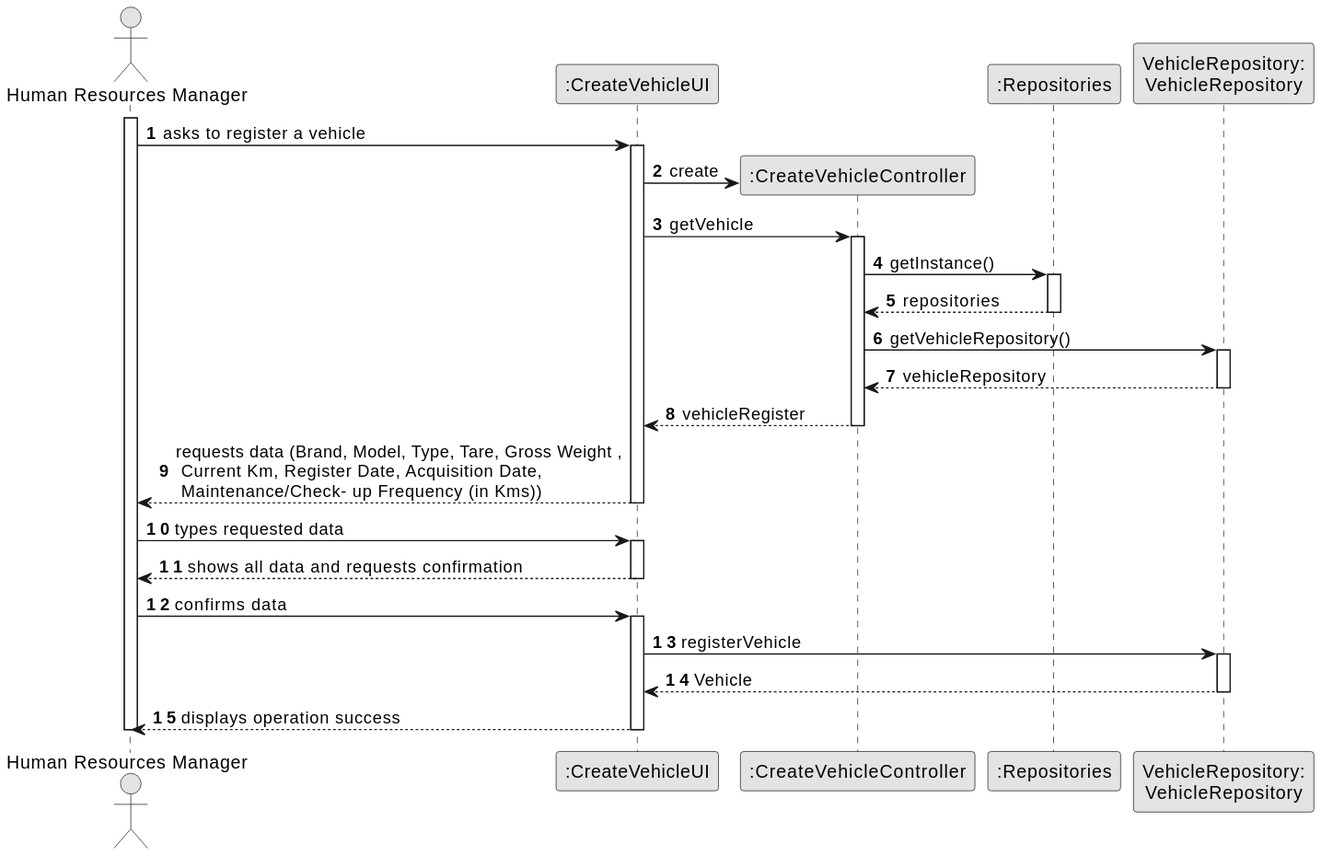
Earlier version of the PlantUML export docs/sprintC/us024/03.design/svg/us024-sequence-diagram-full.svg (Departamento-de-Engenharia-Informatica/lei-24-s2-1dl-g121).
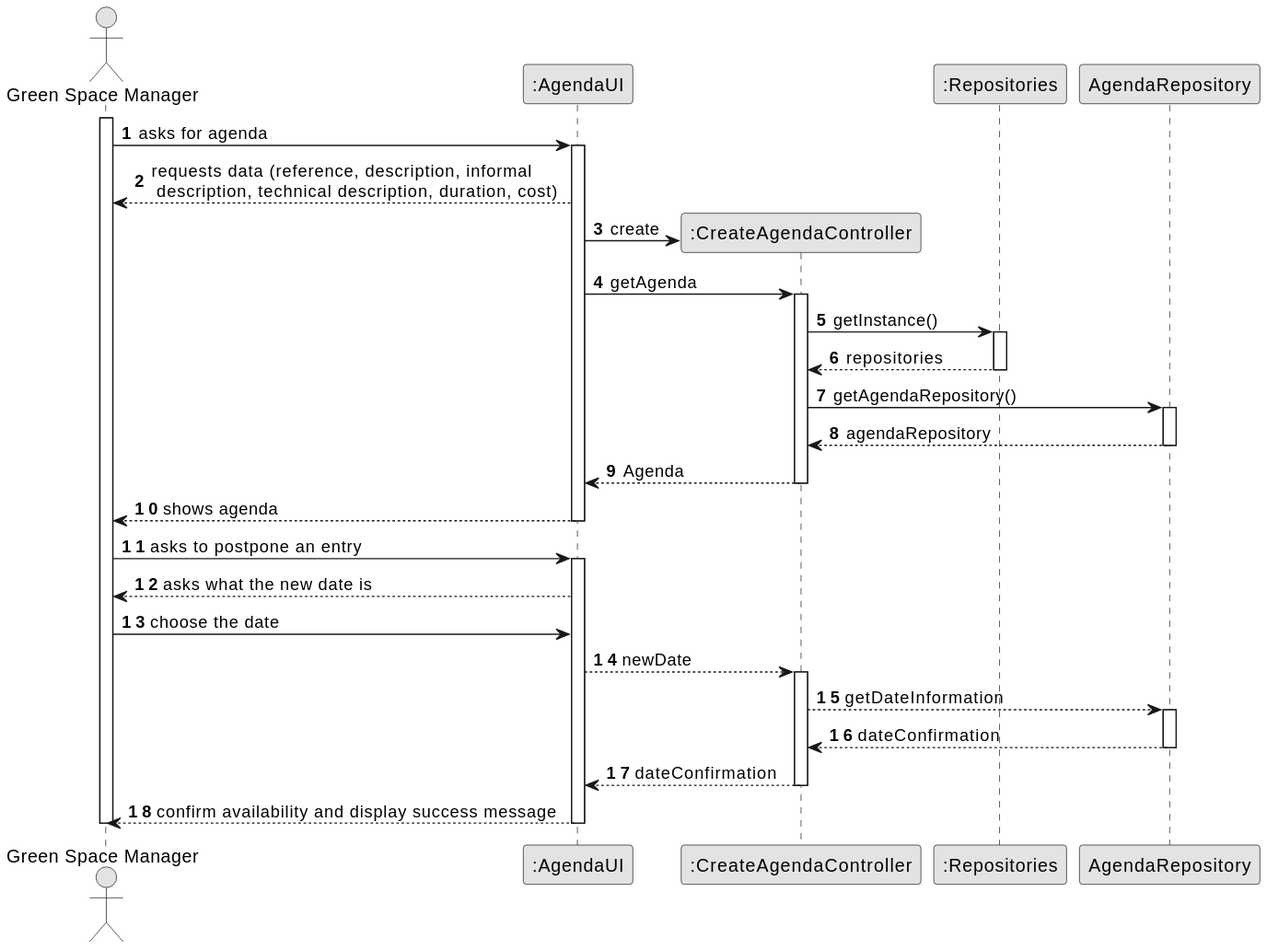
Above is the later version.

The edit, as a diff of the source:
```diff
@@ -5,64 +5,69 @@
 
 autonumber
 
-actor "Human Resources Manager" as ADM
-participant ":CreateVehicleUI" as UI
-participant ":CreateVehicleController" as CTRL
+actor "Green Space Manager" as ADM
+participant ":AgendaUI" as UI
+participant ":CreateAgendaController" as CTRL
 participant ":Repositories" as RepositorySingleton
-participant "VehicleRepository:\nVehicleRepository" as TaskCategoryRepository
 
+participant "AgendaRepository" as Agenda
 
 activate ADM
 
-        ADM -> UI : asks to register a vehicle
+        ADM -> UI : asks for agenda
 
         activate UI
 
-            UI -> CTRL** : create
+                      UI --> ADM : requests data (reference, description,  informal \n description, technical description, duration, cost)
+                        UI -> CTRL** : create
 
-            UI -> CTRL : getVehicle
-            activate CTRL
+                        UI -> CTRL : getAgenda
+                        activate CTRL
 
-                CTRL -> RepositorySingleton : getInstance()
-                activate RepositorySingleton
+                            CTRL -> RepositorySingleton : getInstance()
+                            activate RepositorySingleton
 
-                    RepositorySingleton --> CTRL: repositories
-                deactivate RepositorySingleton
+                                RepositorySingleton --> CTRL: repositories
+                            deactivate RepositorySingleton
 
-                CTRL -> TaskCategoryRepository : getVehicleRepository()
-                activate TaskCategoryRepository
+                            CTRL -> Agenda : getAgendaRepository()
+                            activate Agenda
 
-                    TaskCategoryRepository --> CTRL: vehicleRepository
-                deactivate TaskCategoryRepository
+                                Agenda --> CTRL: agendaRepository
+                            deactivate Agenda
 
 
 
-                CTRL --> UI : vehicleRegister
-            deactivate CTRL
+                            CTRL --> UI : Agenda
+                    deactivate CTRL
 
-            UI --> ADM : requests data (Brand, Model, Type, Tare, Gross Weight ,\n Current Km, Register Date, Acquisition Date,\n Maintenance/Check- up Frequency (in Kms))
+            UI --> ADM : shows agenda
         deactivate UI
 
-    ADM -> UI : types requested data
+    ADM -> UI : asks to postpone an entry
     activate UI
 
-        UI --> ADM : shows all data and requests confirmation
-    deactivate UI
-
-    ADM -> UI : confirms data
-    activate UI
-
-    UI -> TaskCategoryRepository : registerVehicle
-
-        activate TaskCategoryRepository
-
-        TaskCategoryRepository --> UI : Vehicle
+        UI --> ADM : asks what the new date is
 
 
-        deactivate  TaskCategoryRepository
+    ADM -> UI : choose the date
+
+    UI --> CTRL : newDate
+        activate CTRL
+
+        CTRL -->Agenda : getDateInformation
+
+        activate Agenda
+
+        Agenda --> CTRL : dateConfirmation
+
+        deactivate Agenda
+
+        CTRL --> UI : dateConfirmation
 
             deactivate CTRL
-            UI --> ADM: displays operation success
+            UI --> ADM: confirm availability and display success message
+
     deactivate UI
 
 deactivate ADM
```
